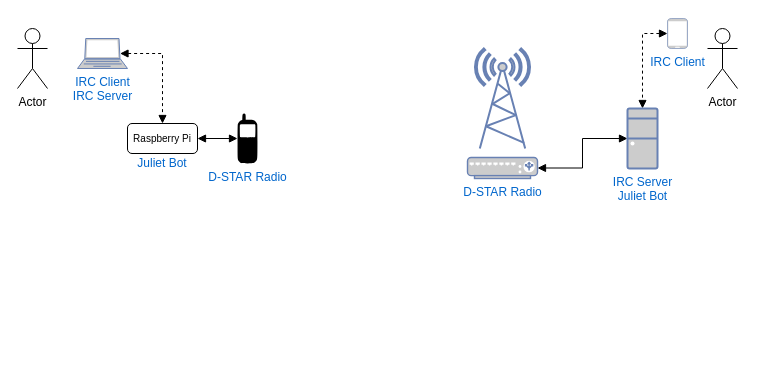
This is docs/network.drawio from jheddings/juliet, a draw.io file, before an edit. Source tidied: cells renumbered, new cells numbered last; positions are measured from the earlier drawing's top-left corner, leaving out a move shared by most shapes. Both pictures are drawn from the tidied source at 100%, with x=0, y=0 at pixel (17, 18).
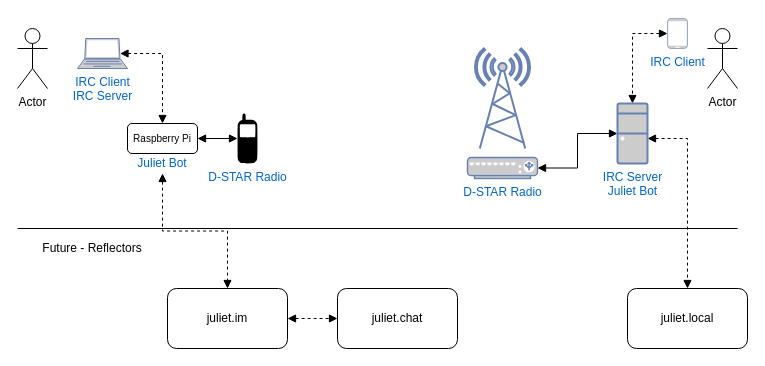
The same diagram, later.

Unchanged cells that the change refers to:
```xml
<mxCell id="16" value="Juliet Bot" style="text;html=1;align=center;verticalAlign=middle;whiteSpace=wrap;rounded=0;fontSize=12;fontColor=#0066CC;" parent="1" vertex="1">
  <mxGeometry x="110" y="135" width="70" height="20" as="geometry" />
</mxCell>
```

What changed in the source:
```diff
@@
+    <mxCell id="17" style="edgeStyle=orthogonalEdgeStyle;rounded=0;jettySize=auto;html=1;dashed=1;startArrow=block;startFill=1;endArrow=block;endFill=1;entryX=0.5;entryY=0;entryDx=0;entryDy=0;" parent="1" edge="1" source="9" target="23">
+      <mxGeometry relative="1" as="geometry">
+        <Array as="points">
+          <mxPoint x="670" y="120" />
+        </Array>
+      </mxGeometry>
+    </mxCell>
     <mxCell id="9" value="IRC Server&lt;br&gt;Juliet Bot" style="fontColor=#0066CC;verticalAlign=top;verticalLabelPosition=bottom;labelPosition=center;align=center;html=1;outlineConnect=0;fillColor=#CCCCCC;strokeColor=#6881B3;gradientColor=none;gradientDirection=north;strokeWidth=2;shape=mxgraph.networks.desktop_pc;" parent="1" vertex="1">
-      <mxGeometry x="610" y="90" width="30" height="60" as="geometry" />
+      <mxGeometry x="600" y="85" width="30" height="60" as="geometry" />
     </mxCell>
@@
+    <mxCell id="18" style="edgeStyle=orthogonalEdgeStyle;rounded=0;jettySize=auto;html=1;exitX=0.5;exitY=1;exitDx=0;exitDy=0;entryX=0.5;entryY=0;entryDx=0;entryDy=0;dashed=1;startArrow=block;startFill=1;endArrow=block;endFill=1;" parent="1" edge="1" source="16" target="22">
+      <mxGeometry relative="1" as="geometry" />
+    </mxCell>
@@
+    <mxCell id="19" style="endArrow=none;html=1;" parent="1" edge="1">
+      <mxGeometry relative="1" as="geometry">
+        <mxPoint y="210" as="sourcePoint" />
+        <mxPoint x="720" y="210" as="targetPoint" />
+      </mxGeometry>
+    </mxCell>
+    <mxCell id="20" value="Future - Reflectors" style="text;html=1;strokeColor=none;fillColor=none;align=center;verticalAlign=middle;whiteSpace=wrap;rounded=0;" parent="1" vertex="1">
+      <mxGeometry x="10" y="220" width="130" height="20" as="geometry" />
+    </mxCell>
+    <mxCell id="21" style="edgeStyle=orthogonalEdgeStyle;rounded=0;jettySize=auto;html=1;exitX=1;exitY=0.5;exitDx=0;exitDy=0;entryX=0;entryY=0.5;entryDx=0;entryDy=0;dashed=1;startArrow=block;startFill=1;endArrow=block;endFill=1;" parent="1" edge="1" source="22" target="24">
+      <mxGeometry relative="1" as="geometry" />
+    </mxCell>
+    <mxCell id="22" value="juliet.im" style="rounded=1;whiteSpace=wrap;html=1;" parent="1" vertex="1">
+      <mxGeometry x="150" y="270" width="120" height="60" as="geometry" />
+    </mxCell>
+    <mxCell id="23" value="juliet.local" style="rounded=1;whiteSpace=wrap;html=1;" parent="1" vertex="1">
+      <mxGeometry x="610" y="270" width="120" height="60" as="geometry" />
+    </mxCell>
+    <mxCell id="24" value="juliet.chat" style="rounded=1;whiteSpace=wrap;html=1;" parent="1" vertex="1">
+      <mxGeometry x="320" y="270" width="120" height="60" as="geometry" />
+    </mxCell>
```
